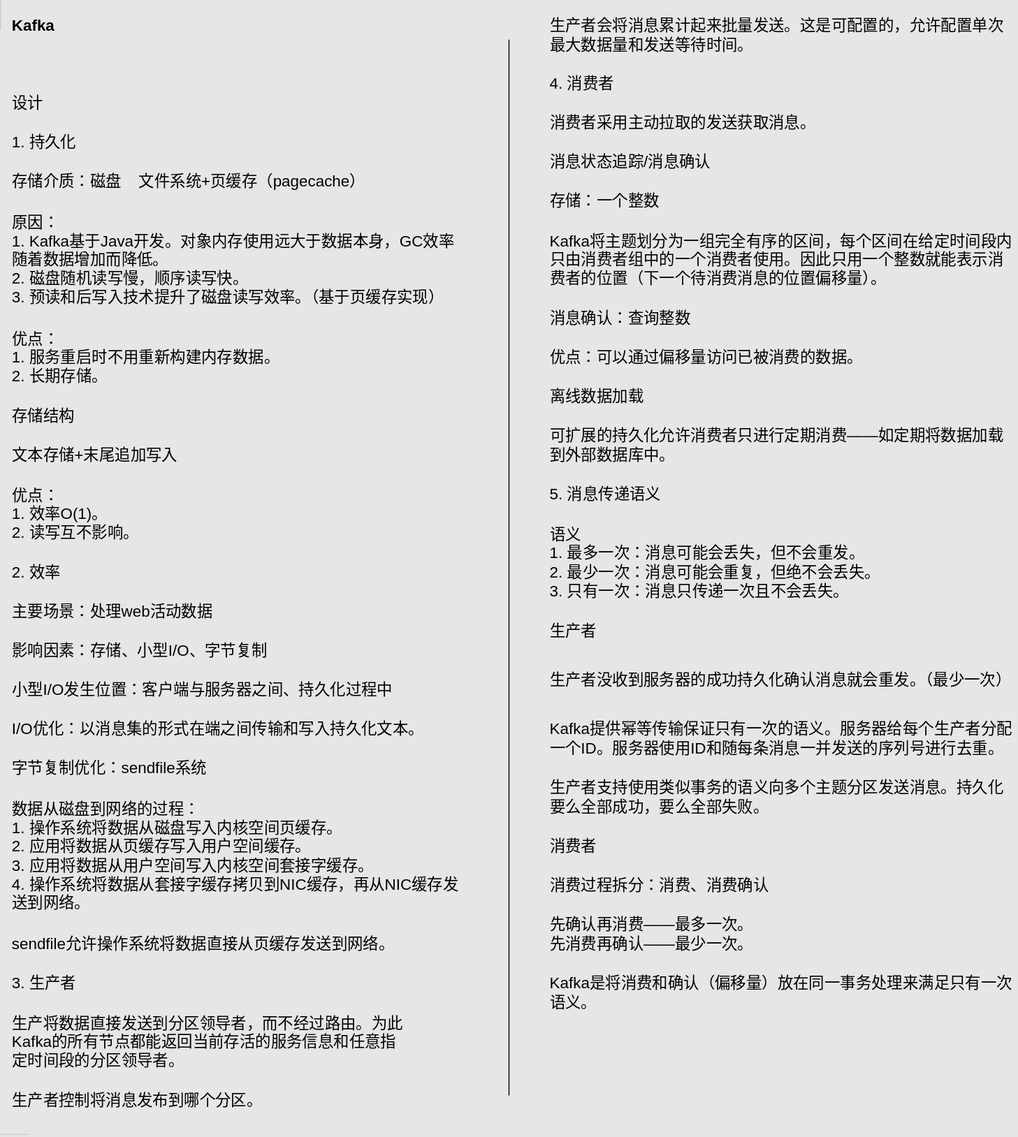
The draw.io diagram 消息队列/Kafka.svg in trophate/development-note, before a commit. Source tidied: cells renumbered, new cells last; positions are measured from the earlier drawing's top-left corner, leaving out a move shared by most shapes.
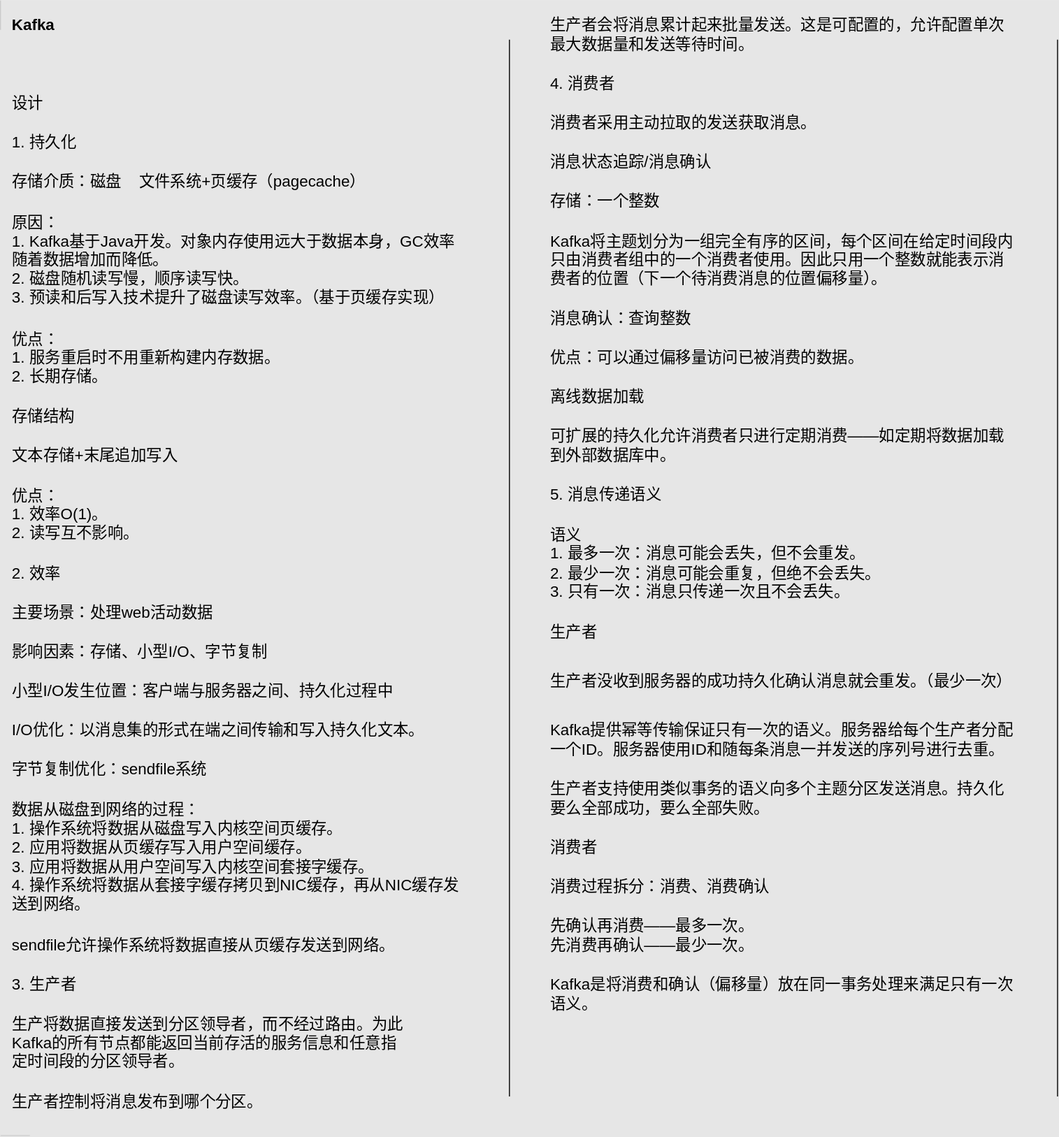
Above is the later version.

Change to the diagram source:
```diff
@@ -140,5 +140,11 @@
     <mxCell id="44" value="优点：可以通过偏移量访问已被消费的数据。" style="text;html=1;strokeColor=none;fillColor=none;align=left;verticalAlign=middle;whiteSpace=wrap;rounded=0;fontSize=16;" parent="1" vertex="1">
       <mxGeometry x="560" y="350" width="330" height="30" as="geometry" />
     </mxCell>
+    <mxCell id="45" style="endArrow=none;html=1;rounded=0;fontSize=12;startSize=8;endSize=8;curved=1;" parent="1" edge="1">
+      <mxGeometry relative="1" as="geometry">
+        <mxPoint x="1080" y="1120" as="sourcePoint" />
+        <mxPoint x="1080" y="40" as="targetPoint" />
+      </mxGeometry>
+    </mxCell>
   </root>
 </mxGraphModel>
```
